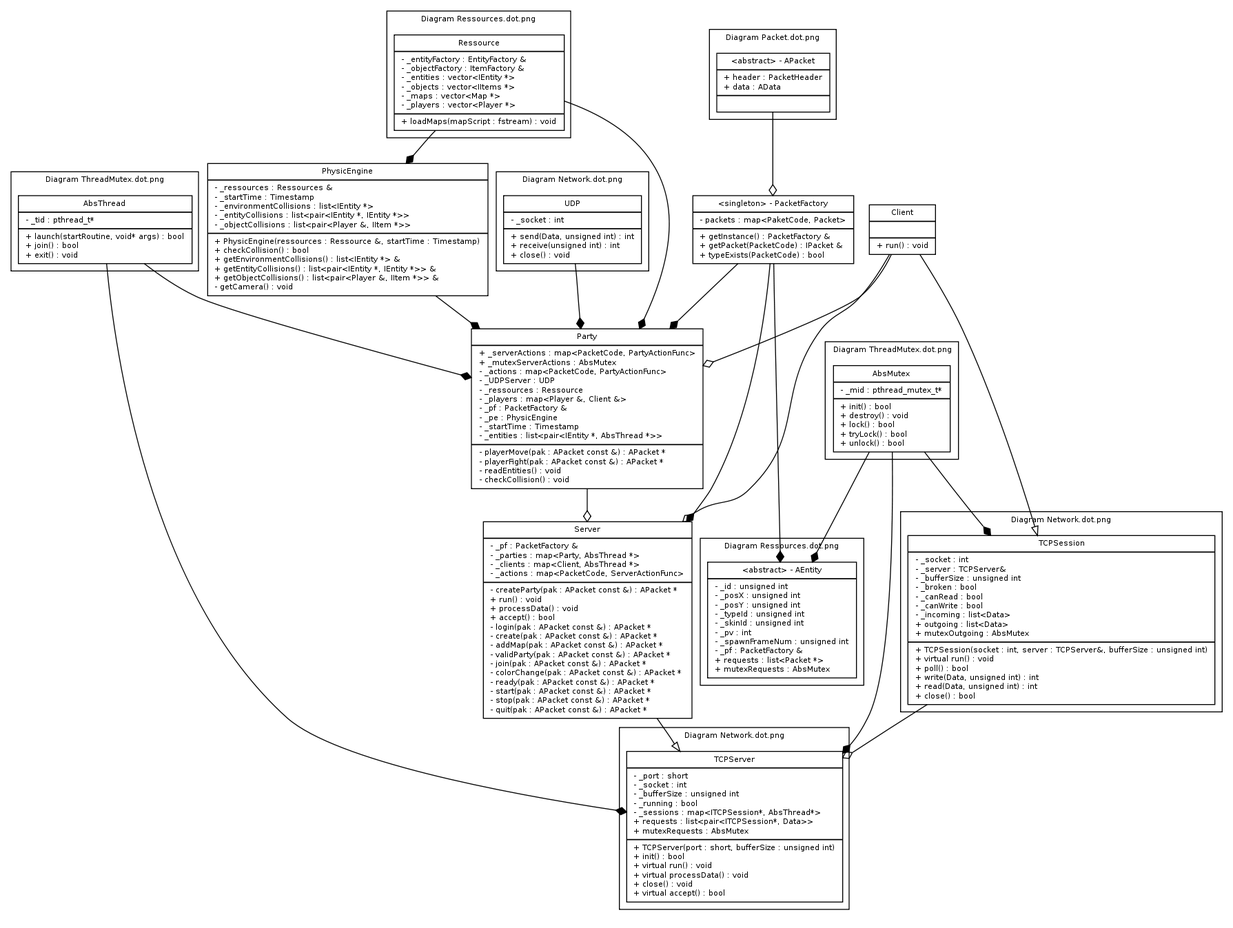
Earlier version of the Graphviz export doc/dot/Server.dot.png (Surogate/airtipe). Its source is kept beside it as doc/dot/Server/Server.dot.
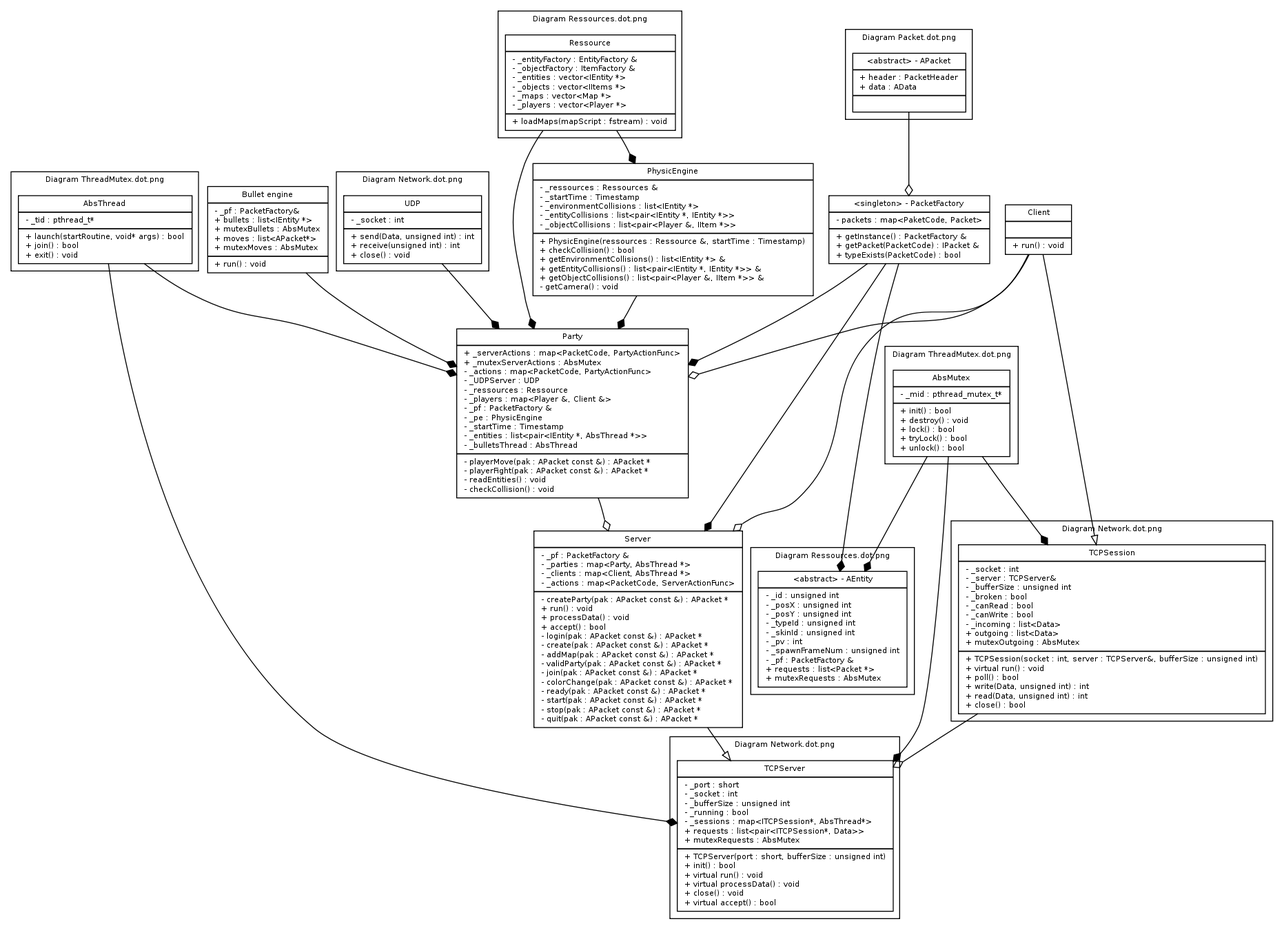
Later version of the same file.

Commit message:
uml: ajout du bullet engine + corrections

Change to the diagram source:
```diff
@@ -60,7 +60,8 @@
 - _pf : PacketFactory &\l\
 - _pe : PhysicEngine\l\
 - _startTime : Timestamp\l\
-- _entities : list\<pair\<IEntity *, AbsThread *\>\>\l|\
+- _entities : list\<pair\<IEntity *, AbsThread *\>\>\l\
+- _bulletsThread : AbsThread\l|\
 - playerMove(pak : APacket const &) : APacket *\l\
 - playerFight(pak : APacket const &) : APacket *\l\
 - readEntities() : void\l\
@@ -82,6 +83,18 @@
 + getEntityCollisions() : list\<pair\<IEntity *, IEntity *\>\> &\l\
 + getObjectCollisions() : list\<pair\<Player &, IItem *\>\> &\l\
 - getCamera() : void\l\
+}"
+]
+
+BulletEngine [
+label = "{\
+Bullet engine|\
+- _pf : PacketFactory&\l\
++ bullets : list\<IEntity *\>\l\
++ mutexBullets : AbsMutex\l\
++ moves : list\<APacket*\>\l\
++ mutexMoves : AbsMutex\l|\
++ run() : void\l\
 }"
 ]
 
@@ -254,6 +267,7 @@
 PhysicEngine -> Party [arrowhead = "diamond" style = "solid"]
 Ressource -> PhysicEngine [arrowhead = "diamond" style = "solid"]
 PacketFactory -> AEntity [arrowhead = "diamond" style = "solid"]
+BulletEngine -> Party [arrowhead = "diamond" style = "solid"]
 
 TCPSession -> TCPServer [arrowhead = "odiamond" style = "solid"]
 Client -> Server [arrowhead = "odiamond" style = "solid"]
```
